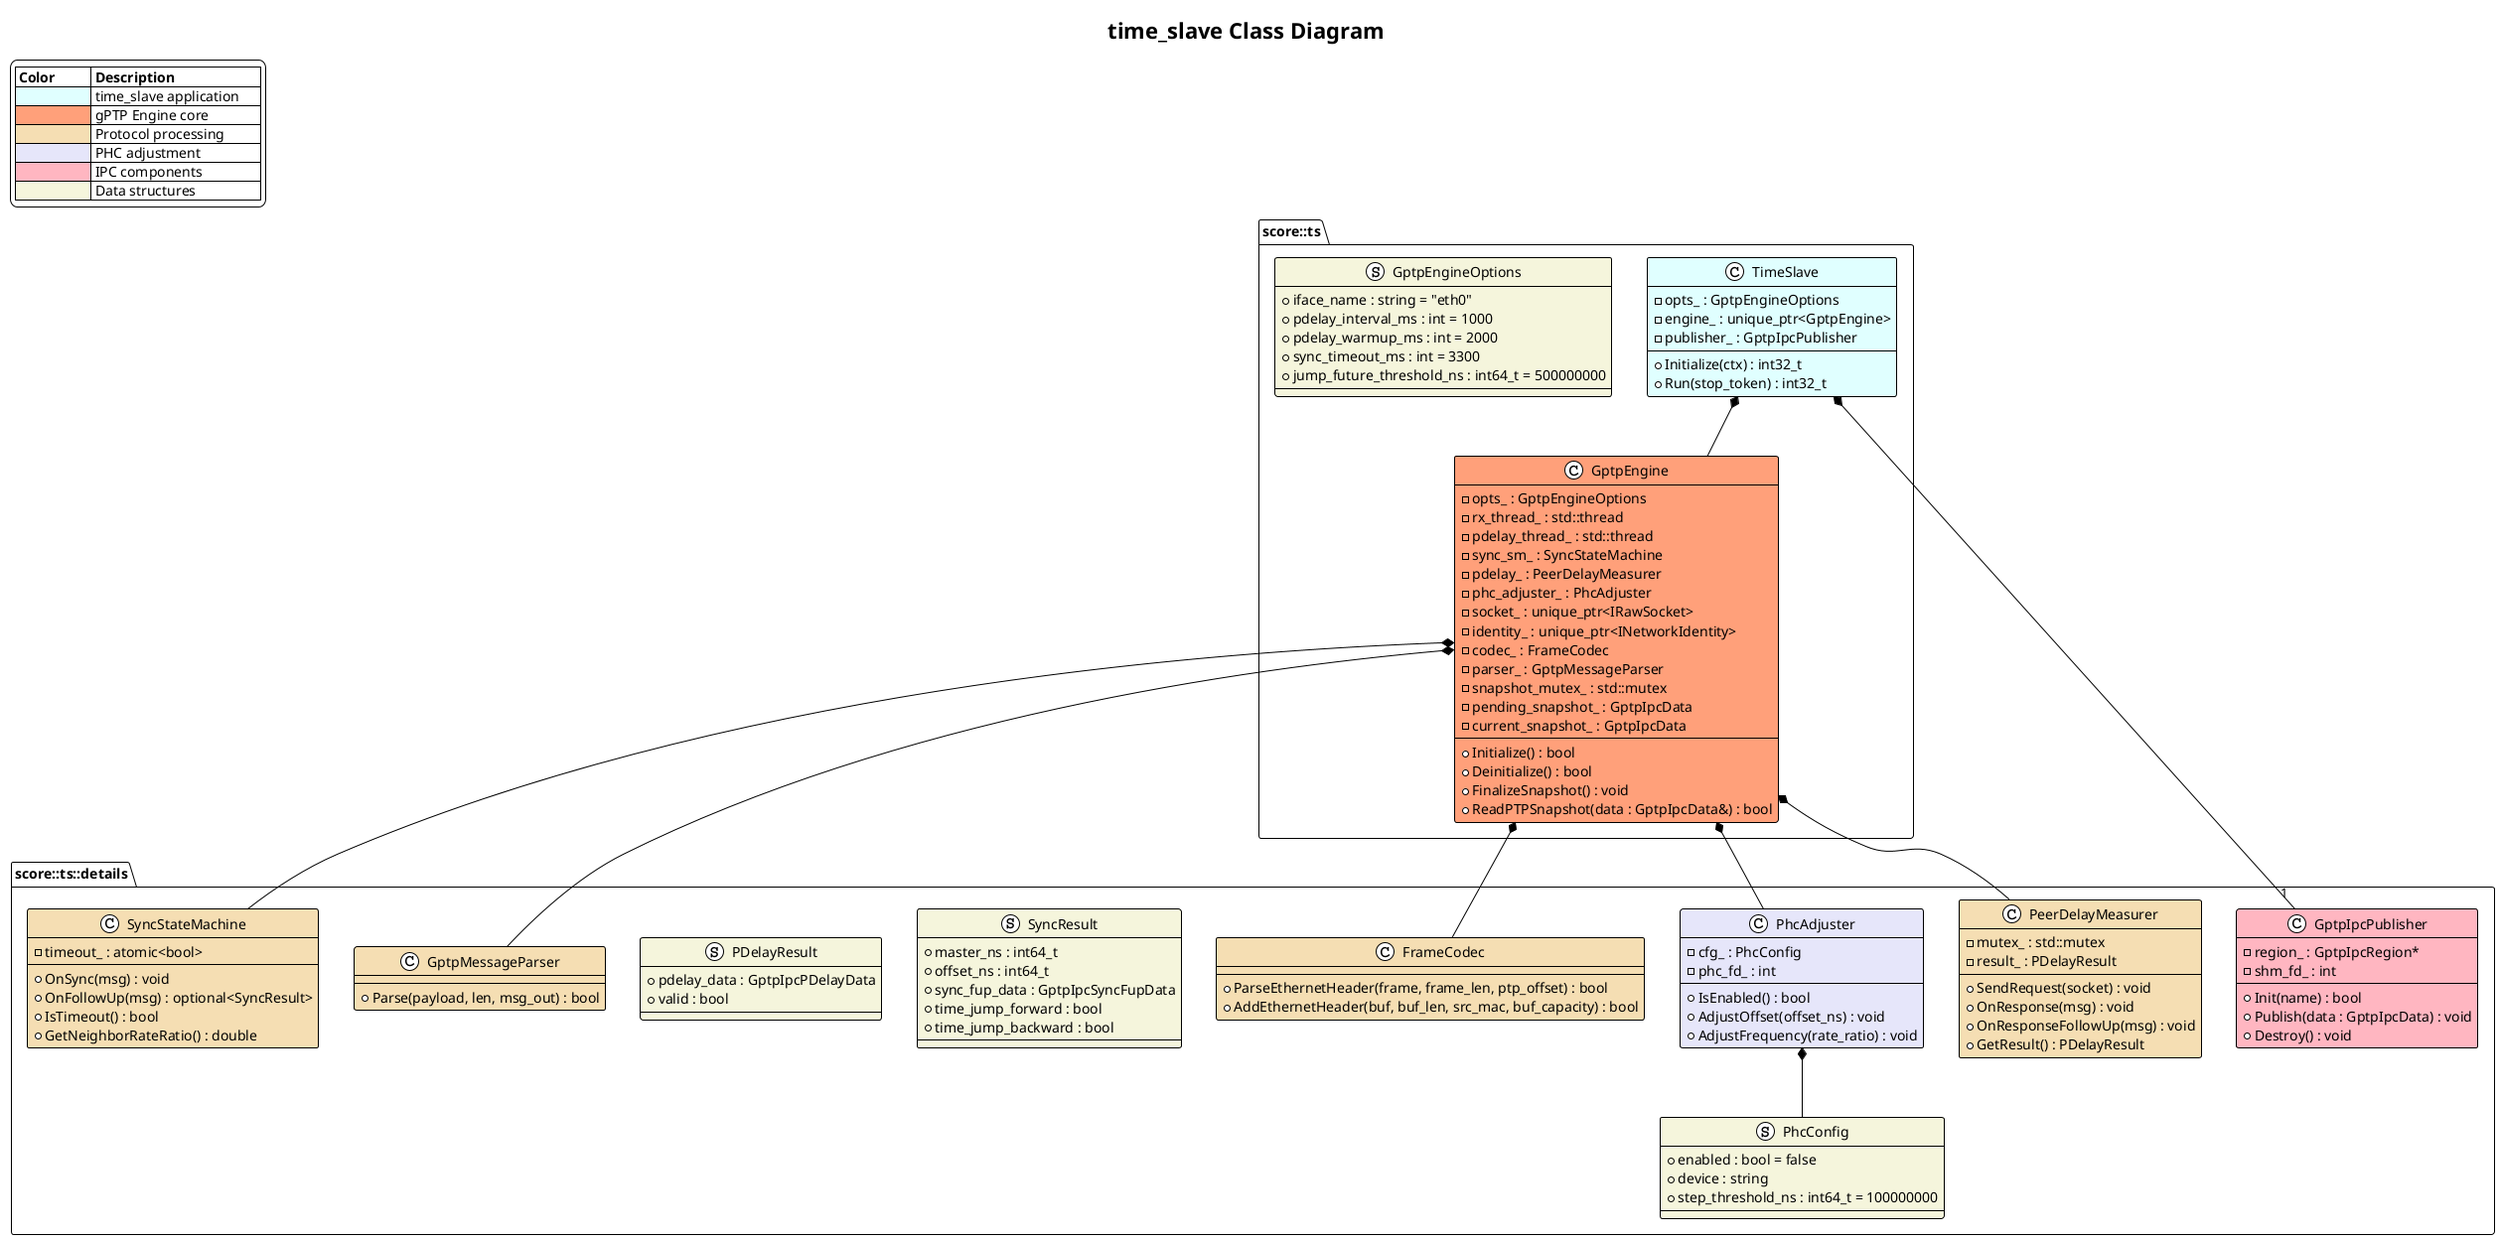
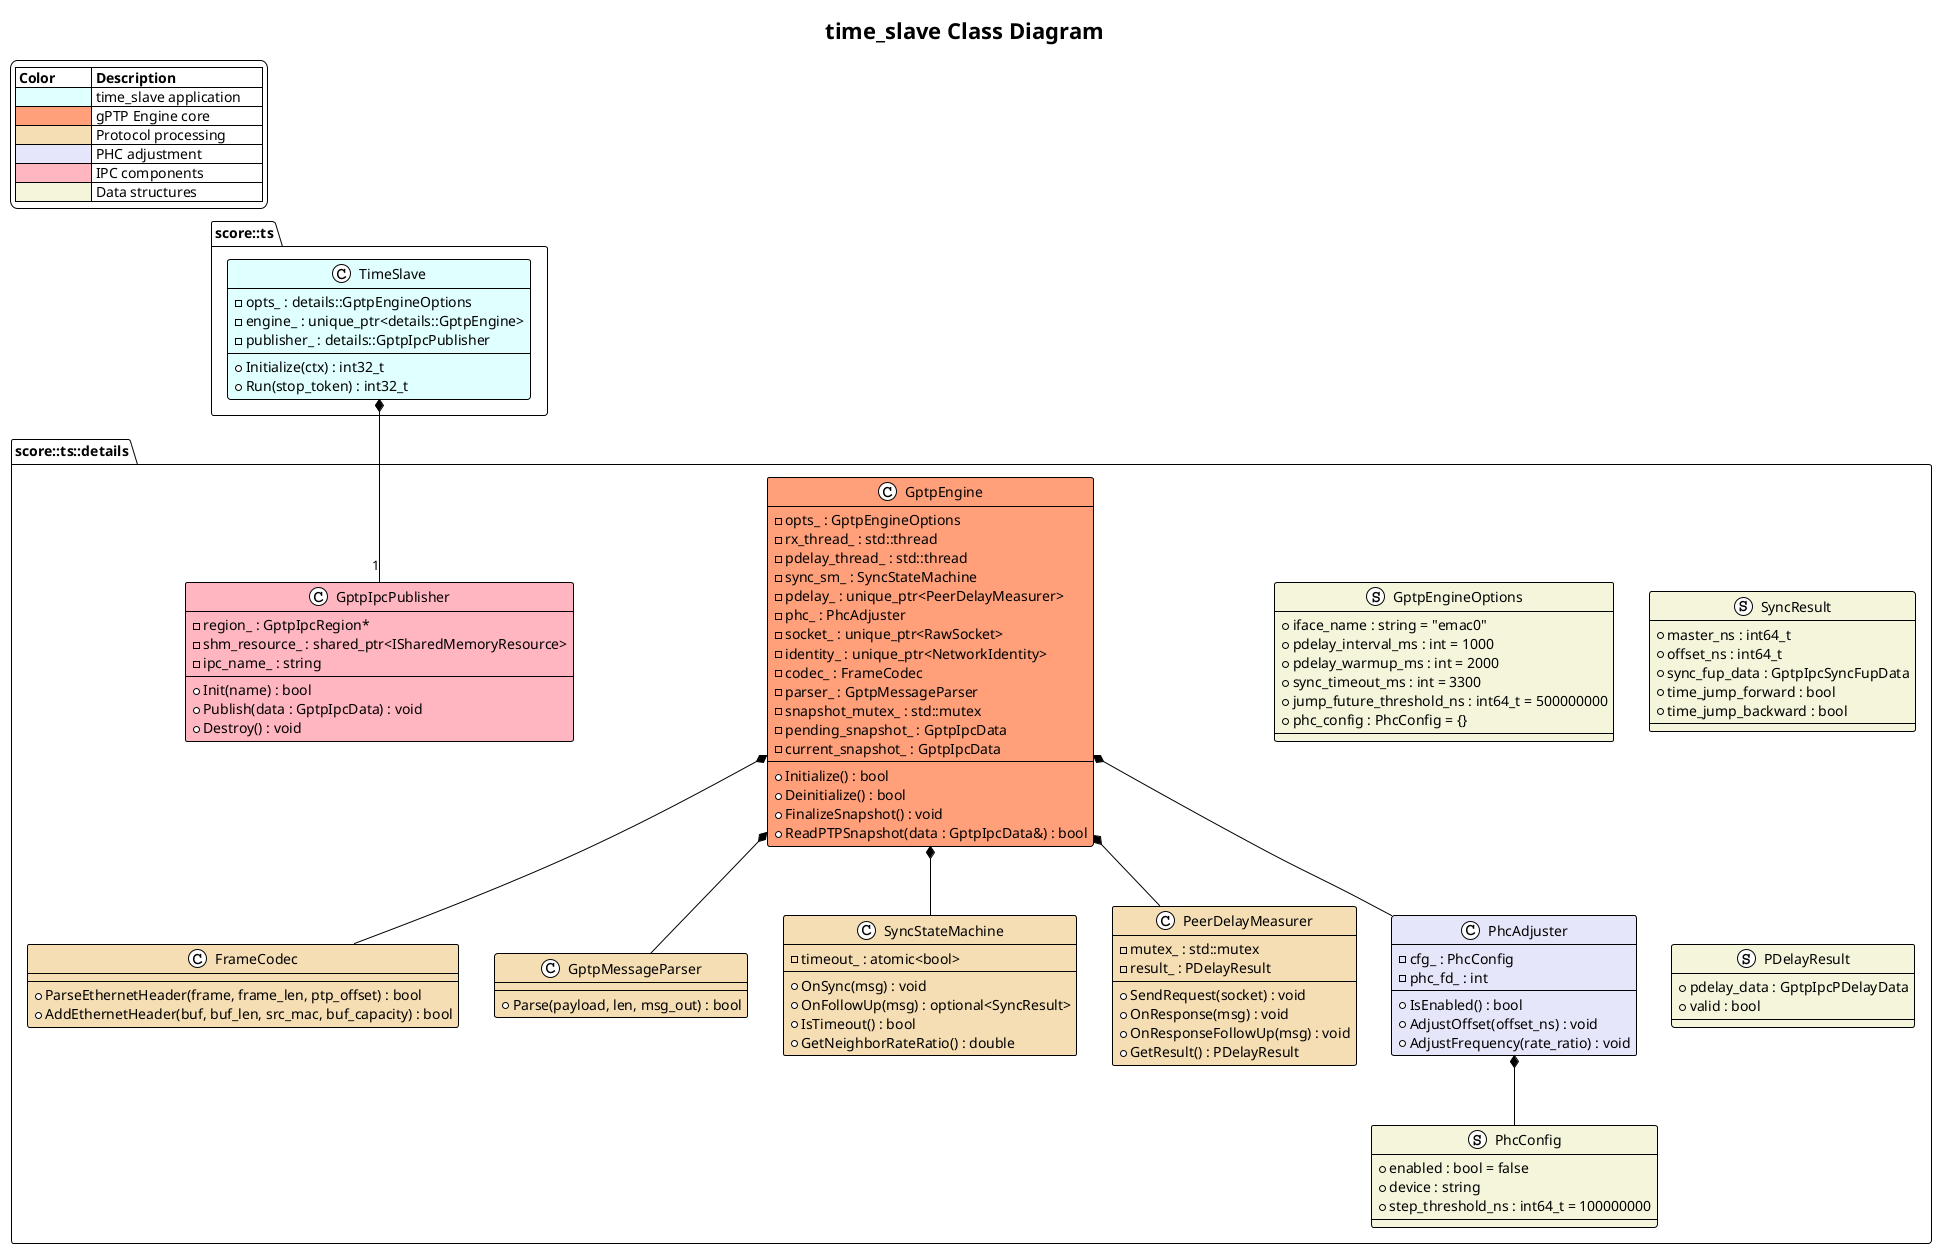
@startuml
!theme plain

title time_slave Class Diagram

legend top left
    |= Color          |= Description              |
    | <#LightCyan>    | time_slave application      |
    | <#LightSalmon>  | gPTP Engine core           |
    | <#Wheat>        | Protocol processing        |
    | <#Lavender>     | PHC adjustment             |
    | <#LightPink>    | IPC components             |
    | <#Beige>        | Data structures            |
endlegend

package "score::ts" {

    class TimeSlave #LightCyan {
-         - opts_ : GptpEngineOptions
-         - engine_ : unique_ptr<GptpEngine>
-         - publisher_ : GptpIpcPublisher
+         - opts_ : details::GptpEngineOptions
+         - engine_ : unique_ptr<details::GptpEngine>
+         - publisher_ : details::GptpIpcPublisher
        + Initialize(ctx) : int32_t
        + Run(stop_token) : int32_t
    }
+ 
+ }
+ 
+ package "score::ts::details" {

    class GptpEngine #LightSalmon {
        - opts_ : GptpEngineOptions
        - rx_thread_ : std::thread
        - pdelay_thread_ : std::thread
        - sync_sm_ : SyncStateMachine
-         - pdelay_ : PeerDelayMeasurer
-         - phc_adjuster_ : PhcAdjuster
-         - socket_ : unique_ptr<IRawSocket>
-         - identity_ : unique_ptr<INetworkIdentity>
+         - pdelay_ : unique_ptr<PeerDelayMeasurer>
+         - phc_ : PhcAdjuster
+         - socket_ : unique_ptr<RawSocket>
+         - identity_ : unique_ptr<NetworkIdentity>
        - codec_ : FrameCodec
        - parser_ : GptpMessageParser
        - snapshot_mutex_ : std::mutex
        - pending_snapshot_ : GptpIpcData
        - current_snapshot_ : GptpIpcData
        + Initialize() : bool
        + Deinitialize() : bool
        + FinalizeSnapshot() : void
        + ReadPTPSnapshot(data : GptpIpcData&) : bool
    }

    struct GptpEngineOptions #Beige {
-         + iface_name : string = "eth0"
+         + iface_name : string = "emac0"
        + pdelay_interval_ms : int = 1000
        + pdelay_warmup_ms : int = 2000
        + sync_timeout_ms : int = 3300
        + jump_future_threshold_ns : int64_t = 500000000
+         + phc_config : PhcConfig = {}
    }

-     TimeSlave *-- GptpEngine
- }
- 
- package "score::ts::details" {
    class FrameCodec #Wheat {
        + ParseEthernetHeader(frame, frame_len, ptp_offset) : bool
        + AddEthernetHeader(buf, buf_len, src_mac, buf_capacity) : bool
    }

    class GptpMessageParser #Wheat {
        + Parse(payload, len, msg_out) : bool
    }

    class SyncStateMachine #Wheat {
        - timeout_ : atomic<bool>
        + OnSync(msg) : void
        + OnFollowUp(msg) : optional<SyncResult>
        + IsTimeout() : bool
        + GetNeighborRateRatio() : double
    }

    class PeerDelayMeasurer #Wheat {
        - mutex_ : std::mutex
        - result_ : PDelayResult
        + SendRequest(socket) : void
        + OnResponse(msg) : void
        + OnResponseFollowUp(msg) : void
        + GetResult() : PDelayResult
    }

    struct SyncResult #Beige {
        + master_ns : int64_t
        + offset_ns : int64_t
        + sync_fup_data : GptpIpcSyncFupData
        + time_jump_forward : bool
        + time_jump_backward : bool
    }

    struct PDelayResult #Beige {
        + pdelay_data : GptpIpcPDelayData
        + valid : bool
    }

    class GptpIpcPublisher #LightPink {
        - region_ : GptpIpcRegion*
-         - shm_fd_ : int
+         - shm_resource_ : shared_ptr<ISharedMemoryResource>
+         - ipc_name_ : string
        + Init(name) : bool
        + Publish(data : GptpIpcData) : void
        + Destroy() : void
    }

    class PhcAdjuster #Lavender {
        - cfg_ : PhcConfig
        - phc_fd_ : int
        + IsEnabled() : bool
        + AdjustOffset(offset_ns) : void
        + AdjustFrequency(rate_ratio) : void
    }

    struct PhcConfig #Beige {
        + enabled : bool = false
        + device : string
        + step_threshold_ns : int64_t = 100000000
    }
}

GptpEngine *-- FrameCodec
GptpEngine *-- GptpMessageParser
GptpEngine *-- SyncStateMachine
GptpEngine *-- PeerDelayMeasurer
GptpEngine *-- PhcAdjuster
PhcAdjuster *-- PhcConfig
TimeSlave *-- "1" GptpIpcPublisher

@enduml
